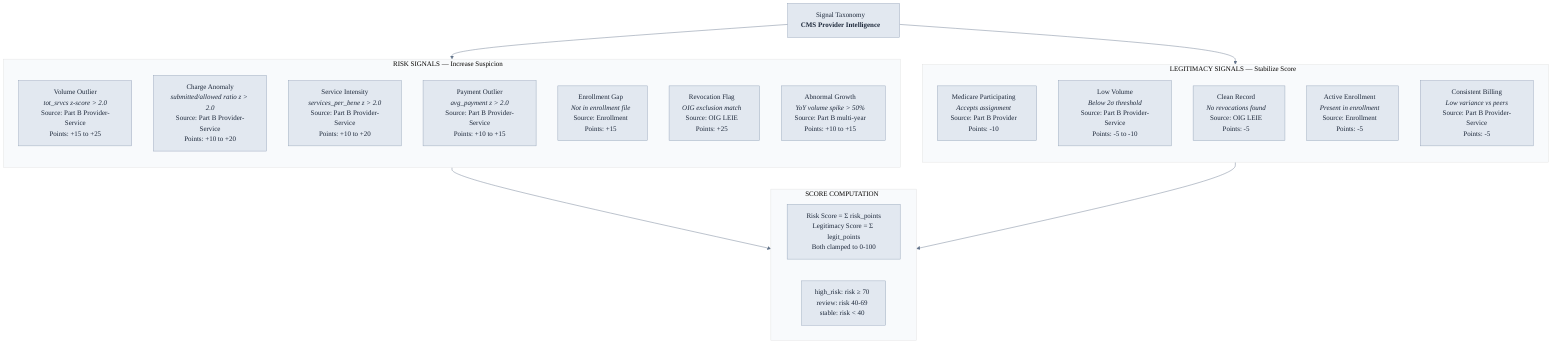
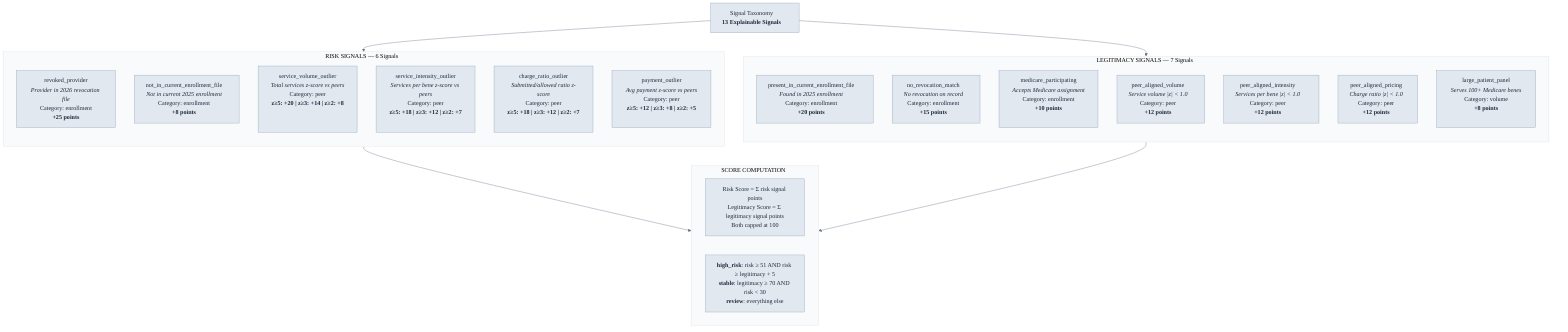
%%{init: {'theme': 'base', 'themeVariables': {'primaryColor': '#e2e8f0', 'primaryTextColor': '#1e293b', 'primaryBorderColor': '#94a3b8', 'lineColor': '#64748b', 'secondaryColor': '#f1f5f9', 'tertiaryColor': '#f8fafc', 'fontFamily': 'Inter, system-ui, sans-serif'}}}%%

graph TB
-     ROOT["Signal Taxonomy<br/><b>CMS Provider Intelligence</b>"]
+     ROOT["Signal Taxonomy<br/><b>13 Explainable Signals</b>"]

-     subgraph RISK["RISK SIGNALS — Increase Suspicion"]
+     subgraph RISK["RISK SIGNALS — 6 Signals"]
        direction TB
-         R1["Volume Outlier<br/><i>tot_srvcs z-score > 2.0</i><br/>Source: Part B Provider-Service<br/>Points: +15 to +25"]
-         R2["Charge Anomaly<br/><i>submitted/allowed ratio z > 2.0</i><br/>Source: Part B Provider-Service<br/>Points: +10 to +20"]
-         R3["Service Intensity<br/><i>services_per_bene z > 2.0</i><br/>Source: Part B Provider-Service<br/>Points: +10 to +20"]
-         R4["Payment Outlier<br/><i>avg_payment z > 2.0</i><br/>Source: Part B Provider-Service<br/>Points: +10 to +15"]
-         R5["Enrollment Gap<br/><i>Not in enrollment file</i><br/>Source: Enrollment<br/>Points: +15"]
-         R6["Revocation Flag<br/><i>OIG exclusion match</i><br/>Source: OIG LEIE<br/>Points: +25"]
-         R7["Abnormal Growth<br/><i>YoY volume spike > 50%</i><br/>Source: Part B multi-year<br/>Points: +10 to +15"]
+         R1["revoked_provider<br/><i>Provider in 2026 revocation file</i><br/>Category: enrollment<br/><b>+25 points</b>"]
+         R2["not_in_current_enrollment_file<br/><i>Not in current 2025 enrollment</i><br/>Category: enrollment<br/><b>+8 points</b>"]
+         R3["service_volume_outlier<br/><i>Total services z-score vs peers</i><br/>Category: peer<br/><b>z≥5: +20 | z≥3: +14 | z≥2: +8</b>"]
+         R4["service_intensity_outlier<br/><i>Services per bene z-score vs peers</i><br/>Category: peer<br/><b>z≥5: +18 | z≥3: +12 | z≥2: +7</b>"]
+         R5["charge_ratio_outlier<br/><i>Submitted/allowed ratio z-score</i><br/>Category: peer<br/><b>z≥5: +18 | z≥3: +12 | z≥2: +7</b>"]
+         R6["payment_outlier<br/><i>Avg payment z-score vs peers</i><br/>Category: peer<br/><b>z≥5: +12 | z≥3: +8 | z≥2: +5</b>"]
    end

-     subgraph LEGIT["LEGITIMACY SIGNALS — Stabilize Score"]
+     subgraph LEGIT["LEGITIMACY SIGNALS — 7 Signals"]
        direction TB
-         L1["Medicare Participating<br/><i>Accepts assignment</i><br/>Source: Part B Provider<br/>Points: -10"]
-         L2["Low Volume<br/><i>Below 2σ threshold</i><br/>Source: Part B Provider-Service<br/>Points: -5 to -10"]
-         L3["Clean Record<br/><i>No revocations found</i><br/>Source: OIG LEIE<br/>Points: -5"]
-         L4["Active Enrollment<br/><i>Present in enrollment</i><br/>Source: Enrollment<br/>Points: -5"]
-         L5["Consistent Billing<br/><i>Low variance vs peers</i><br/>Source: Part B Provider-Service<br/>Points: -5"]
+         L1["present_in_current_enrollment_file<br/><i>Found in 2025 enrollment</i><br/>Category: enrollment<br/><b>+20 points</b>"]
+         L2["no_revocation_match<br/><i>No revocation on record</i><br/>Category: enrollment<br/><b>+15 points</b>"]
+         L3["medicare_participating<br/><i>Accepts Medicare assignment</i><br/>Category: enrollment<br/><b>+10 points</b>"]
+         L4["peer_aligned_volume<br/><i>Service volume |z| &lt; 1.0</i><br/>Category: peer<br/><b>+12 points</b>"]
+         L5["peer_aligned_intensity<br/><i>Services per bene |z| &lt; 1.0</i><br/>Category: peer<br/><b>+12 points</b>"]
+         L6["peer_aligned_pricing<br/><i>Charge ratio |z| &lt; 1.0</i><br/>Category: peer<br/><b>+12 points</b>"]
+         L7["large_patient_panel<br/><i>Serves 100+ Medicare benes</i><br/>Category: volume<br/><b>+8 points</b>"]
    end

    subgraph SCORING["SCORE COMPUTATION"]
-         FORMULA["Risk Score = Σ risk_points<br/>Legitimacy Score = Σ legit_points<br/>Both clamped to 0-100"]
-         LABELS["high_risk: risk ≥ 70<br/>review: risk 40-69<br/>stable: risk < 40"]
+         FORMULA["Risk Score = Σ risk signal points<br/>Legitimacy Score = Σ legitimacy signal points<br/>Both capped at 100"]
+         LABELS["<b>high_risk</b>: risk ≥ 51 AND risk ≥ legitimacy + 5<br/><b>stable</b>: legitimacy ≥ 70 AND risk &lt; 30<br/><b>review</b>: everything else"]
    end

    ROOT --> RISK
    ROOT --> LEGIT
    RISK --> SCORING
    LEGIT --> SCORING
